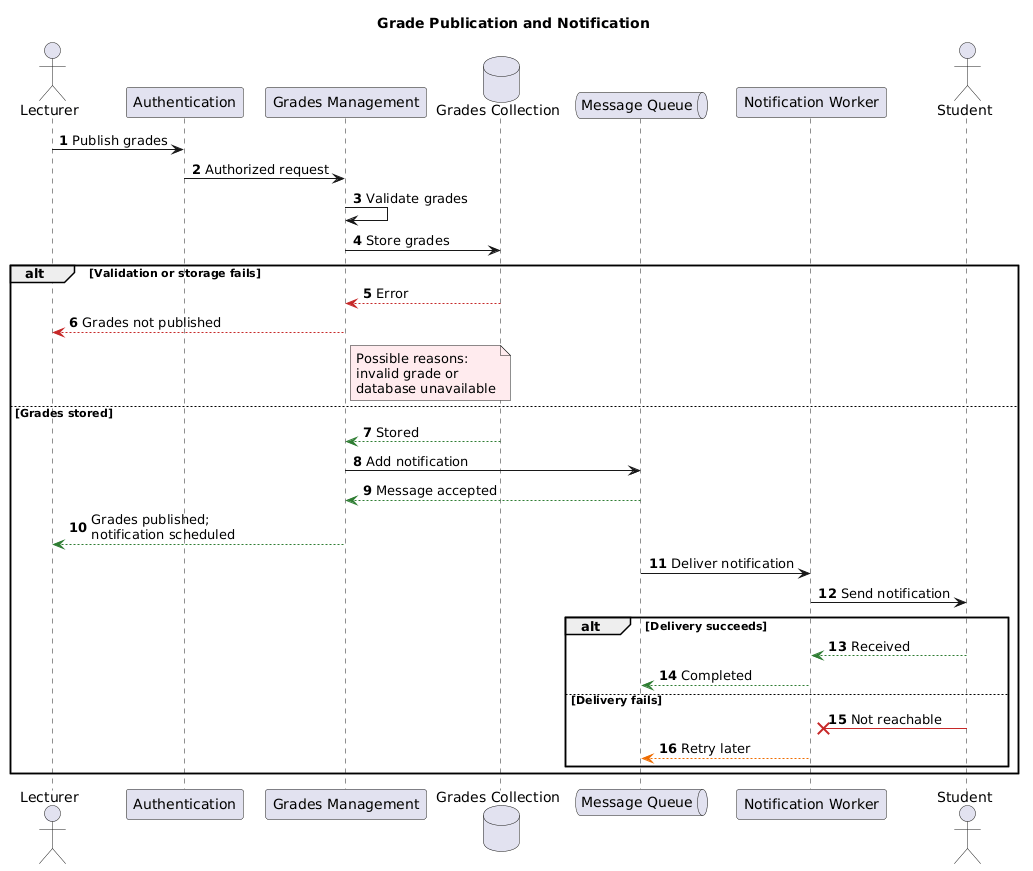
The PlantUML diagram images/runtimeview_gradepublication.png in ivkivi/arc42MD-GR9, before a commit. The source it was exported from:
```plantuml
@startuml
title Grade Publication and Notification

skinparam backgroundColor white
skinparam shadowing false
autonumber

actor Lecturer
participant "Authentication" as Auth
participant "Grades Management" as Grades
database "Grades Collection" as DB
queue "Message Queue" as Queue
participant "Notification Worker" as Worker
actor Student

Lecturer -> Auth : Publish grades
Auth -> Grades : Authorized request
Grades -> Grades : Validate grades
Grades -> DB : Store grades

alt Validation or storage fails
    DB -[#C62828]--> Grades : Error
    Grades -[#C62828]--> Lecturer : Grades not published
    note right of Grades #FFEBEE
      Possible reasons:
      invalid grade or
      database unavailable
    end note
else Grades stored
    DB -[#2E7D32]--> Grades : Stored
    Grades -> Queue : Add notification
    Queue -[#2E7D32]--> Grades : Message accepted
    Grades -[#2E7D32]--> Lecturer : Grades published;\nnotification scheduled

    Queue -> Worker : Deliver notification
    Worker -> Student : Send notification

    alt Delivery succeeds
        Student -[#2E7D32]--> Worker : Received
        Worker -[#2E7D32]--> Queue : Completed
    else Delivery fails
        Student -[#C62828]x Worker : Not reachable
        Worker -[#EF6C00]--> Queue : Retry later
    end
end
@enduml
```
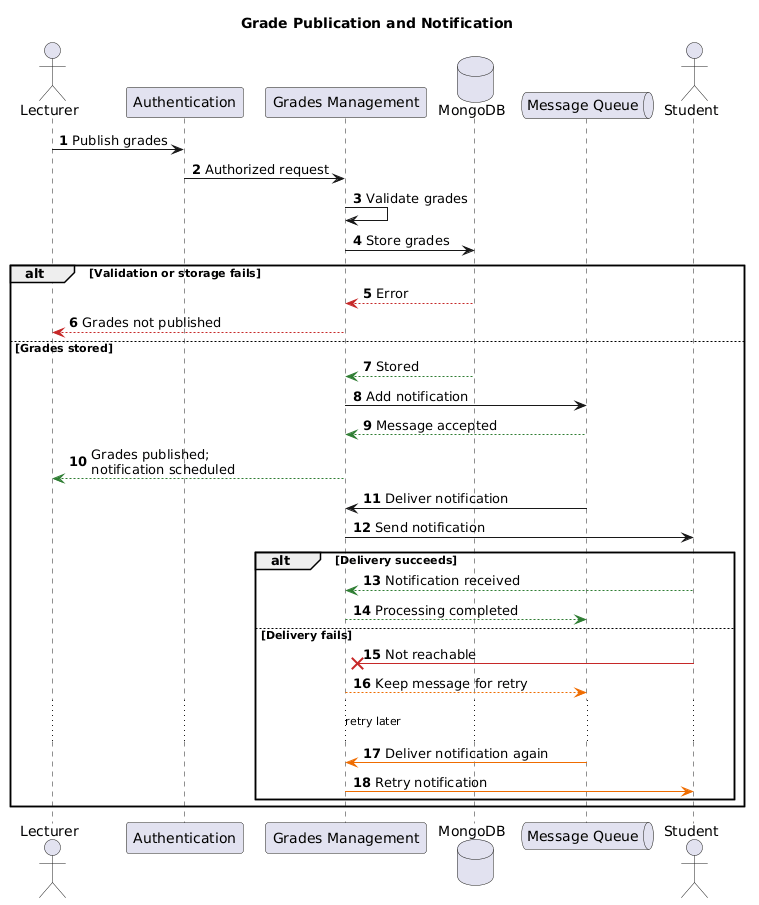
The same diagram one commit later.

The edit, as a diff of the source:
```diff
@@ -8,9 +8,8 @@
 actor Lecturer
 participant "Authentication" as Auth
 participant "Grades Management" as Grades
-database "Grades Collection" as DB
+database "MongoDB" as DB
 queue "Message Queue" as Queue
-participant "Notification Worker" as Worker
 actor Student
 
 Lecturer -> Auth : Publish grades
@@ -21,26 +20,26 @@
 alt Validation or storage fails
     DB -[#C62828]--> Grades : Error
     Grades -[#C62828]--> Lecturer : Grades not published
-    note right of Grades #FFEBEE
-      Possible reasons:
-      invalid grade or
-      database unavailable
-    end note
 else Grades stored
     DB -[#2E7D32]--> Grades : Stored
     Grades -> Queue : Add notification
     Queue -[#2E7D32]--> Grades : Message accepted
     Grades -[#2E7D32]--> Lecturer : Grades published;\nnotification scheduled
 
-    Queue -> Worker : Deliver notification
-    Worker -> Student : Send notification
+    Queue -> Grades : Deliver notification
+    Grades -> Student : Send notification
 
     alt Delivery succeeds
-        Student -[#2E7D32]--> Worker : Received
-        Worker -[#2E7D32]--> Queue : Completed
+        Student -[#2E7D32]--> Grades : Notification received
+        Grades -[#2E7D32]--> Queue : Processing completed
     else Delivery fails
-        Student -[#C62828]x Worker : Not reachable
-        Worker -[#EF6C00]--> Queue : Retry later
+        Student -[#C62828]x Grades : Not reachable
+        Grades -[#EF6C00]--> Queue : Keep message for retry
+
+        ... retry later ...
+
+        Queue -[#EF6C00]> Grades : Deliver notification again
+        Grades -[#EF6C00]> Student : Retry notification
     end
 end
 @enduml
```
